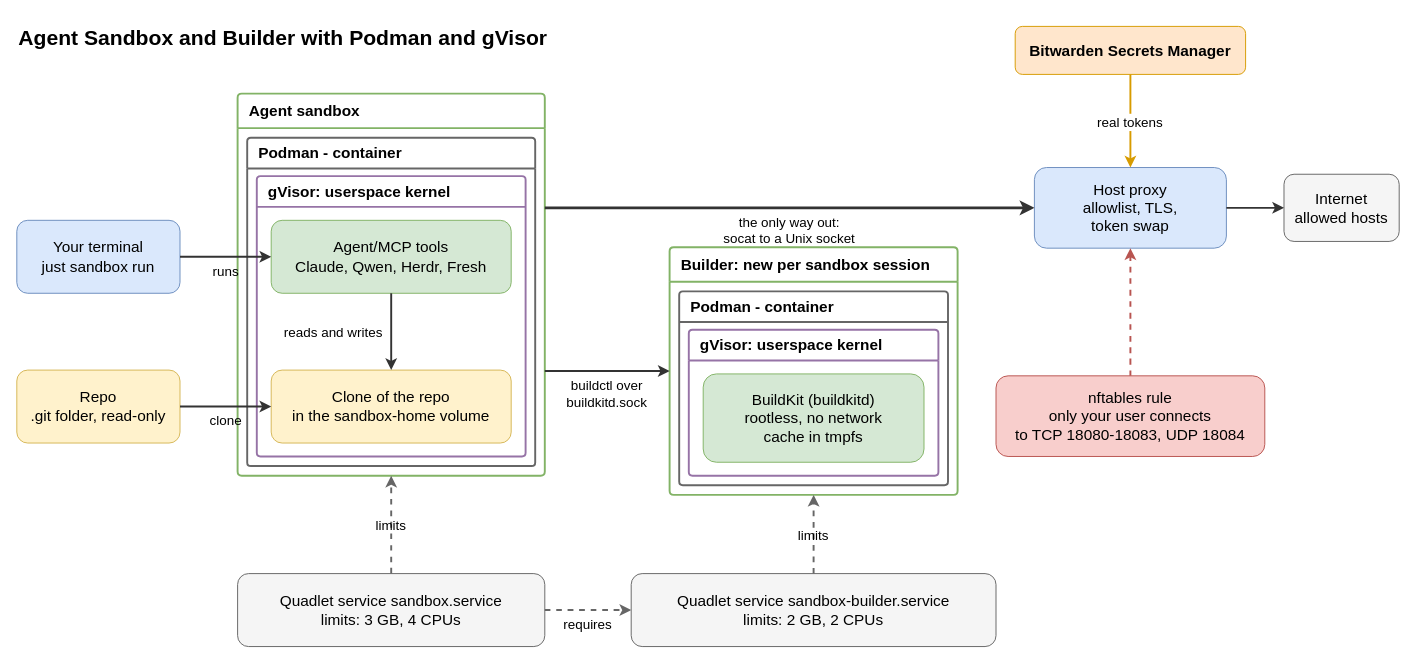
This is .sandbox/docs/diagrams/architecture.drawio from raghav19/engineersdaybook, a draw.io file, before an edit. Source tidied: cells renumbered, new cells numbered last; positions are measured from the earlier drawing's top-left corner, leaving out a move shared by most shapes. Both pictures are drawn from the tidied source at 96%, with x=0, y=0 at pixel (16, 16).
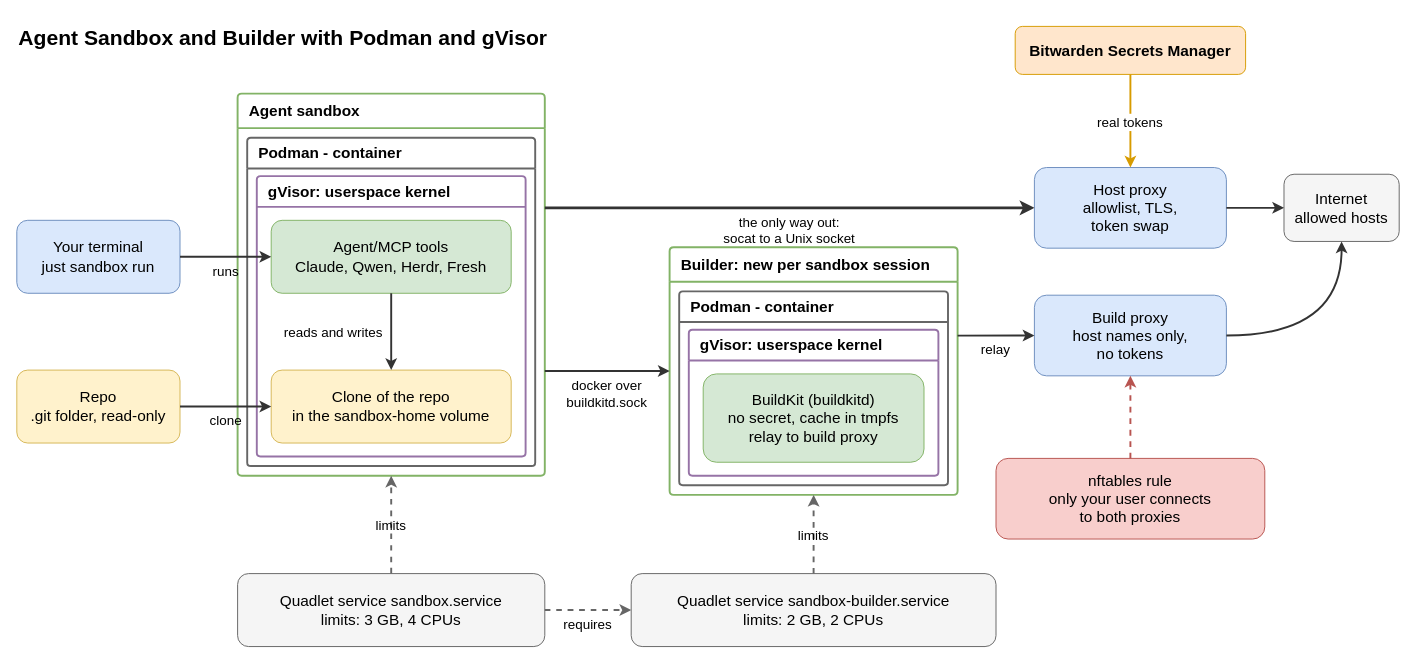
After the change.

The change refers to these unchanged cells:
```xml
<mxCell id="6" value="Agent sandbox" style="swimlane;rounded=1;arcSize=4;startSize=36;whiteSpace=wrap;html=0;fontSize=16;fillColor=#ffffff;strokeColor=#82b366;align=left;spacingLeft=10;strokeWidth=2;" parent="1" vertex="1">
  <mxGeometry x="230" y="80" width="320" height="398" as="geometry" />
</mxCell>
<mxCell id="12" value="Host proxy&#10;allowlist, TLS,&#10;token swap" style="rounded=1;whiteSpace=wrap;html=0;fontSize=16;fillColor=#dae8fc;strokeColor=#6c8ebf;" parent="1" vertex="1">
  <mxGeometry x="1060" y="157" width="200" height="84" as="geometry" />
</mxCell>
<mxCell id="14" value="Internet&#10;allowed hosts" style="rounded=1;whiteSpace=wrap;html=0;fontSize=16;fillColor=#f5f5f5;strokeColor=#666666;" parent="1" vertex="1">
  <mxGeometry x="1320" y="164" width="120" height="70" as="geometry" />
</mxCell>
<mxCell id="15" value="Builder: new per sandbox session" style="swimlane;rounded=1;arcSize=4;startSize=36;whiteSpace=wrap;html=0;fontSize=16;fillColor=#ffffff;strokeColor=#82b366;align=left;spacingLeft=10;strokeWidth=2;" parent="1" vertex="1">
  <mxGeometry x="680" y="240" width="300" height="258" as="geometry" />
</mxCell>
```

Change to the diagram source:
```diff
@@
+    <mxCell id="31" value="Build proxy&#10;host names only,&#10;no tokens" style="rounded=1;whiteSpace=wrap;html=0;fontSize=16;fillColor=#dae8fc;strokeColor=#6c8ebf;" parent="1" vertex="1">
+      <mxGeometry x="1060" y="290" width="200" height="84" as="geometry" />
+    </mxCell>
-    <mxCell id="13" value="nftables rule&#10;only your user connects&#10;to TCP 18080-18083, UDP 18084" style="rounded=1;whiteSpace=wrap;html=0;fontSize=16;fillColor=#f8cecc;strokeColor=#b85450;" parent="1" vertex="1">
-      <mxGeometry x="1020" y="374" width="280" height="84" as="geometry" />
+    <mxCell id="13" value="nftables rule&#10;only your user connects&#10;to both proxies" style="rounded=1;whiteSpace=wrap;html=0;fontSize=16;fillColor=#f8cecc;strokeColor=#b85450;" parent="1" vertex="1">
+      <mxGeometry x="1020" y="460" width="280" height="84" as="geometry" />
     </mxCell>
@@
-    <mxCell id="18" value="BuildKit (buildkitd)&#10;rootless, no network&#10;cache in tmpfs" style="rounded=1;whiteSpace=wrap;html=0;fontSize=16;fillColor=#d5e8d4;strokeColor=#82b366;" parent="1" vertex="1">
+    <mxCell id="18" value="BuildKit (buildkitd)&#10;no secret, cache in tmpfs&#10;relay to build proxy" style="rounded=1;whiteSpace=wrap;html=0;fontSize=16;fillColor=#d5e8d4;strokeColor=#82b366;" parent="1" vertex="1">
       <mxGeometry x="715" y="372" width="230" height="92" as="geometry" />
     </mxCell>
@@
-    <mxCell id="26" style="edgeStyle=orthogonalEdgeStyle;rounded=1;curved=1;html=0;dashed=1;fontSize=14;strokeWidth=2;strokeColor=#b85450;exitX=0.5;exitY=0.0;exitDx=0;exitDy=0;entryX=0.5;entryY=1.0;entryDx=0;entryDy=0;" parent="1" edge="1" source="13" target="12">
+    <mxCell id="26" style="edgeStyle=orthogonalEdgeStyle;rounded=1;curved=1;html=0;dashed=1;fontSize=14;strokeWidth=2;strokeColor=#b85450;exitX=0.5;exitY=0.0;exitDx=0;exitDy=0;entryX=0.5;entryY=1.0;entryDx=0;entryDy=0;" parent="1" edge="1" source="13" target="31">
       <mxGeometry relative="1" as="geometry" />
     </mxCell>
@@
-    <mxCell id="28" value="buildctl over&#10;buildkitd.sock" style="edgeStyle=orthogonalEdgeStyle;rounded=1;curved=1;html=0;labelBackgroundColor=none;defaultLabelBackgroundColor=gap;fontSize=14;strokeWidth=2;strokeColor=#333333;exitX=1.0;exitY=0.726;exitDx=0;exitDy=0;entryX=0.0;entryY=0.5;entryDx=0;entryDy=0;" parent="1" edge="1" source="6" target="15">
+    <mxCell id="28" value="docker over&#10;buildkitd.sock" style="edgeStyle=orthogonalEdgeStyle;rounded=1;curved=1;html=0;labelBackgroundColor=none;defaultLabelBackgroundColor=gap;fontSize=14;strokeWidth=2;strokeColor=#333333;exitX=1.0;exitY=0.726;exitDx=0;exitDy=0;entryX=0.0;entryY=0.5;entryDx=0;entryDy=0;" parent="1" edge="1" source="6" target="15">
       <mxGeometry y="-23" relative="1" as="geometry" />
     </mxCell>
@@
+    <mxCell id="32" value="relay" style="edgeStyle=orthogonalEdgeStyle;rounded=1;curved=1;html=0;labelBackgroundColor=none;defaultLabelBackgroundColor=gap;fontSize=14;strokeWidth=2;strokeColor=#333333;exitX=1.0;exitY=0.357;exitDx=0;exitDy=0;entryX=0.0;entryY=0.5;entryDx=0;entryDy=0;" parent="1" edge="1" source="15" target="31">
+      <mxGeometry y="-14" relative="1" as="geometry" />
+    </mxCell>
+    <mxCell id="33" style="edgeStyle=orthogonalEdgeStyle;rounded=1;curved=1;html=0;fontSize=14;strokeWidth=2;strokeColor=#333333;exitX=1.0;exitY=0.5;exitDx=0;exitDy=0;entryX=0.5;entryY=1.0;entryDx=0;entryDy=0;" parent="1" edge="1" source="31" target="14">
+      <mxGeometry relative="1" as="geometry" />
+    </mxCell>
```
